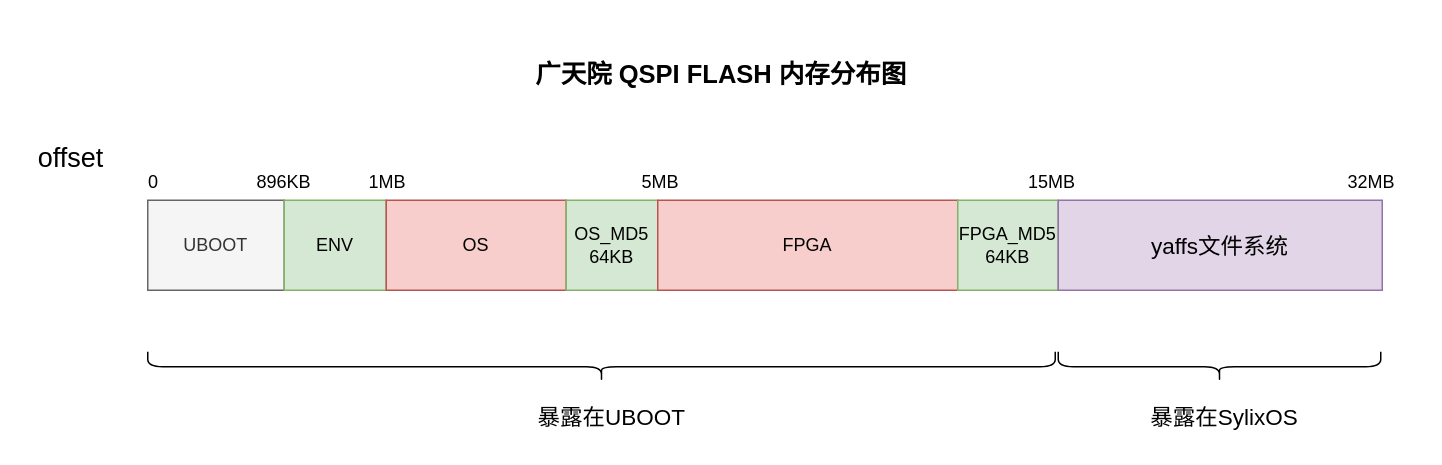
Earlier version of the draw.io diagram 可信模型搭建.drawio (chiti-liu/linux_study). Source tidied: cells renumbered, new cells numbered last; positions are measured from the earlier drawing's top-left corner, leaving out a move shared by most shapes. Both pictures are drawn from the tidied source at 150%, with x=0, y=0 at pixel (26, 48).
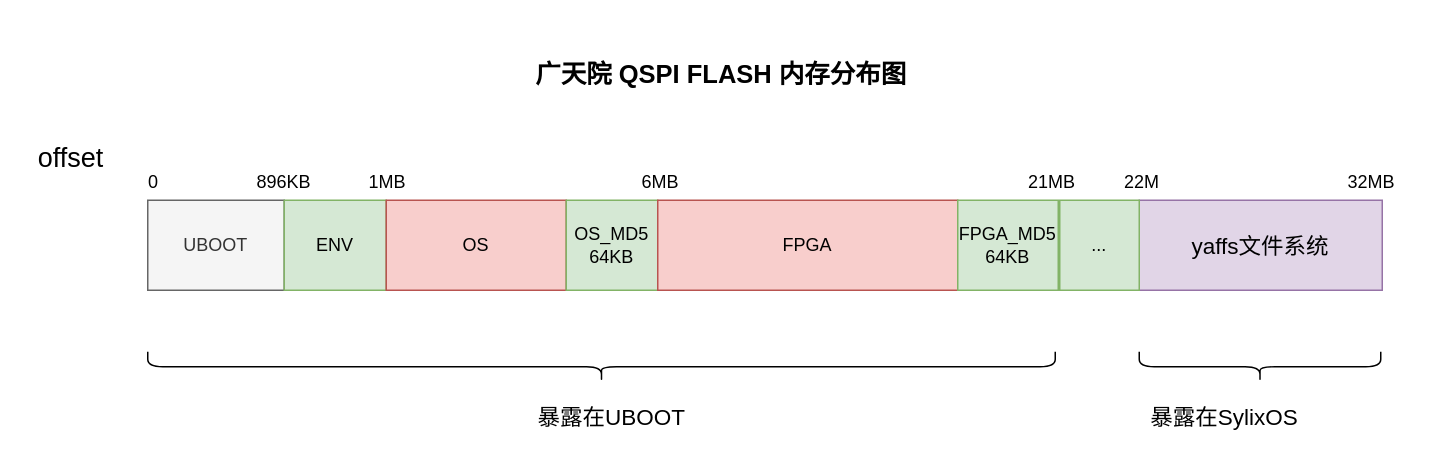
Above is the later version.

Commit message:
更新可信模型搭建.drawio

Change to the diagram source:
```diff
@@
     <mxCell id="8" value="&lt;font style=&quot;font-size: 15px;&quot;&gt;yaffs文件系统&lt;/font&gt;" style="rounded=0;whiteSpace=wrap;html=1;fillColor=#e1d5e7;strokeColor=#9673a6;" parent="1" vertex="1">
-      <mxGeometry x="688" y="101" width="216" height="60" as="geometry" />
+      <mxGeometry x="742" y="101" width="162" height="60" as="geometry" />
     </mxCell>
@@
-    <mxCell id="13" value="5MB" style="text;html=1;strokeColor=none;fillColor=none;align=center;verticalAlign=middle;whiteSpace=wrap;rounded=0;" parent="1" vertex="1">
+    <mxCell id="13" value="6MB" style="text;html=1;strokeColor=none;fillColor=none;align=center;verticalAlign=middle;whiteSpace=wrap;rounded=0;" parent="1" vertex="1">
       <mxGeometry x="393" y="74" width="60" height="30" as="geometry" />
     </mxCell>
-    <mxCell id="14" value="15MB" style="text;html=1;strokeColor=none;fillColor=none;align=center;verticalAlign=middle;whiteSpace=wrap;rounded=0;" parent="1" vertex="1">
+    <mxCell id="14" value="21MB" style="text;html=1;strokeColor=none;fillColor=none;align=center;verticalAlign=middle;whiteSpace=wrap;rounded=0;" parent="1" vertex="1">
       <mxGeometry x="654" y="74" width="60" height="30" as="geometry" />
     </mxCell>
@@
     <mxCell id="17" style="shape=curlyBracket;whiteSpace=wrap;html=1;rounded=1;labelPosition=left;verticalLabelPosition=middle;align=right;verticalAlign=middle;direction=north;" parent="1" vertex="1">
-      <mxGeometry x="688" y="202" width="215" height="20" as="geometry" />
+      <mxGeometry x="742" y="202" width="161" height="20" as="geometry" />
     </mxCell>
@@
+    <mxCell id="21" value="..." style="rounded=0;whiteSpace=wrap;html=1;fillColor=#d5e8d4;strokeColor=#82b366;" parent="1" vertex="1">
+      <mxGeometry x="689" y="101" width="53" height="60" as="geometry" />
+    </mxCell>
+    <mxCell id="22" value="22M" style="text;html=1;strokeColor=none;fillColor=none;align=center;verticalAlign=middle;whiteSpace=wrap;rounded=0;" parent="1" vertex="1">
+      <mxGeometry x="714" y="74" width="60" height="30" as="geometry" />
+    </mxCell>
```
